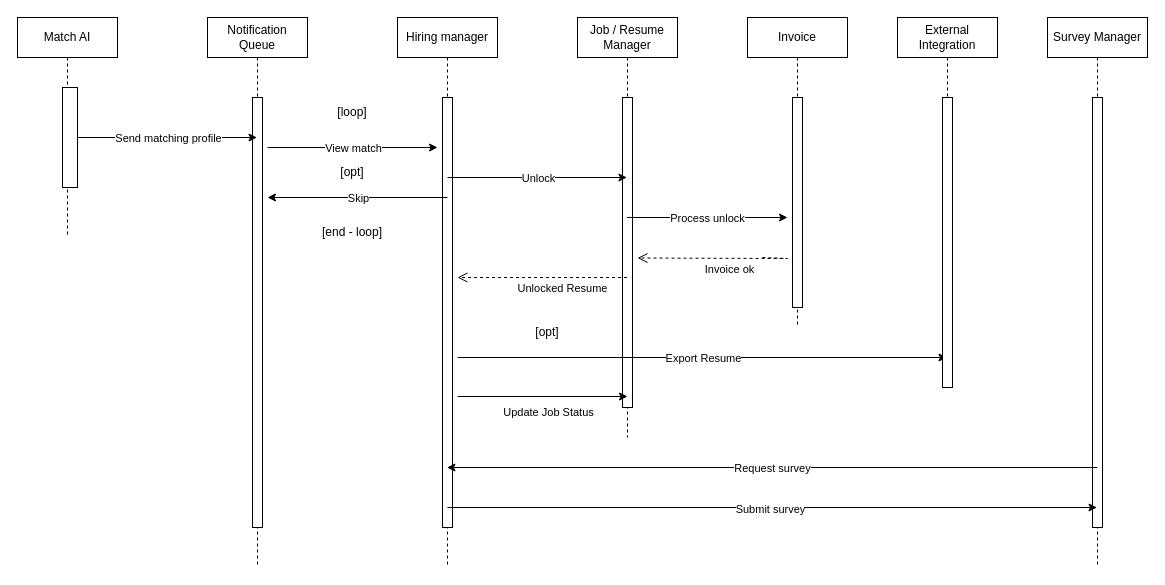
Before: Usecases/drawio_files/job-match.drawio in SK11GS/Builders-Glitch, a draw.io diagram. Source tidied: cells renumbered, new cells numbered last; positions are measured from the earlier drawing's top-left corner, leaving out a move shared by most shapes. Both pictures are drawn from the tidied source at 100%, with x=0, y=0 at pixel (17, 17).
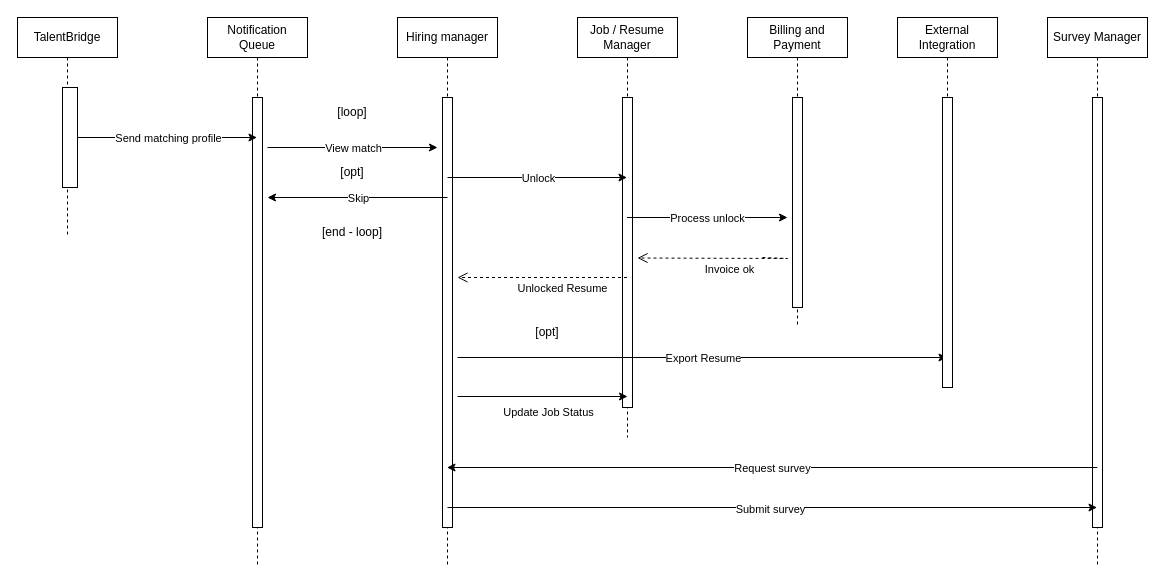
After the change.

Change to the diagram source:
```diff
@@
-    <mxCell id="2" value="Match AI" style="shape=umlLifeline;perimeter=lifelinePerimeter;whiteSpace=wrap;html=1;newEdgeStyle={&quot;edgeStyle&quot;:&quot;elbowEdgeStyle&quot;,&quot;elbow&quot;:&quot;vertical&quot;,&quot;curved&quot;:0,&quot;rounded&quot;:0};" parent="1" vertex="1">
+    <mxCell id="2" value="TalentBridge" style="shape=umlLifeline;perimeter=lifelinePerimeter;whiteSpace=wrap;html=1;newEdgeStyle={&quot;edgeStyle&quot;:&quot;elbowEdgeStyle&quot;,&quot;elbow&quot;:&quot;vertical&quot;,&quot;curved&quot;:0,&quot;rounded&quot;:0};" parent="1" vertex="1">
       <mxGeometry width="100" height="220" as="geometry" />
     </mxCell>
@@
-    <mxCell id="11" value="&lt;div&gt;Invoice&lt;/div&gt;" style="shape=umlLifeline;perimeter=lifelinePerimeter;whiteSpace=wrap;html=1;newEdgeStyle={&quot;edgeStyle&quot;:&quot;elbowEdgeStyle&quot;,&quot;elbow&quot;:&quot;vertical&quot;,&quot;curved&quot;:0,&quot;rounded&quot;:0};" parent="1" vertex="1">
+    <mxCell id="11" value="&lt;div&gt;Billing and Payment&lt;/div&gt;" style="shape=umlLifeline;perimeter=lifelinePerimeter;whiteSpace=wrap;html=1;newEdgeStyle={&quot;edgeStyle&quot;:&quot;elbowEdgeStyle&quot;,&quot;elbow&quot;:&quot;vertical&quot;,&quot;curved&quot;:0,&quot;rounded&quot;:0};" parent="1" vertex="1">
       <mxGeometry x="730" width="100" height="310" as="geometry" />
     </mxCell>
```
